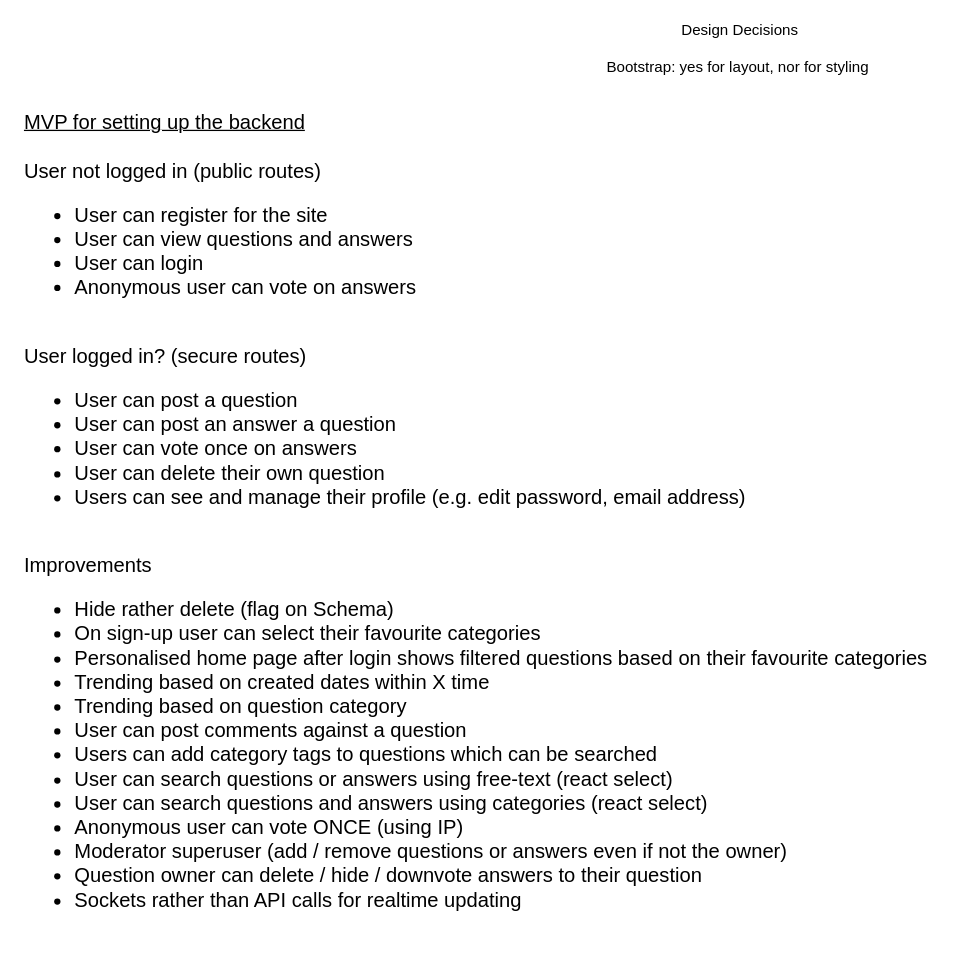
The draw.io diagram best/planning/user-stories.drawio in lovegroa/Project-3, before the edit. Source tidied: cells renumbered, new cells numbered last; positions are measured from the earlier drawing's top-left corner, leaving out a move shared by most shapes. Both pictures are drawn from the tidied source at 126%, with x=0, y=0 at pixel (21, 29).
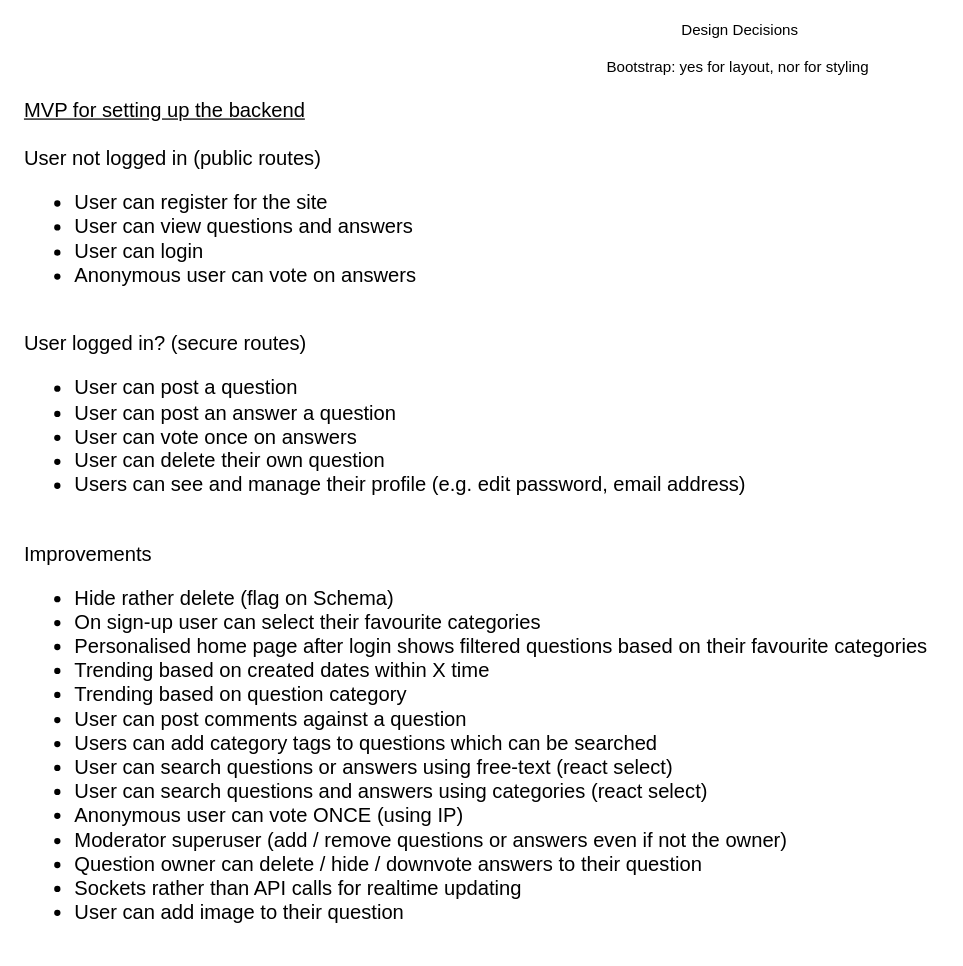
Above is the later version.

What changed in the source:
```diff
@@
 <mxGraphModel>
   <root>
     <mxCell id="0" />
     <mxCell id="1" parent="0" />
-    <mxCell id="2" value="&lt;div style=&quot;font-size: 16px&quot;&gt;&lt;font style=&quot;font-size: 16px&quot;&gt;&lt;u&gt;MVP for setting up the backend&lt;/u&gt;&lt;/font&gt;&lt;/div&gt;&lt;div style=&quot;font-size: 16px&quot;&gt;&lt;font style=&quot;font-size: 16px&quot;&gt;&lt;br&gt;&lt;/font&gt;&lt;/div&gt;&lt;div style=&quot;font-size: 16px&quot;&gt;&lt;font style=&quot;font-size: 16px&quot;&gt;User not logged in (public routes)&lt;/font&gt;&lt;/div&gt;&lt;ul style=&quot;font-size: 16px&quot;&gt;&lt;li&gt;&lt;font style=&quot;font-size: 16px&quot;&gt;User can register for the site&lt;/font&gt;&lt;/li&gt;&lt;li&gt;&lt;span&gt;&lt;font style=&quot;font-size: 16px&quot;&gt;User can view questions and answers&lt;/font&gt;&lt;/span&gt;&lt;/li&gt;&lt;li&gt;&lt;span&gt;&lt;font style=&quot;font-size: 16px&quot;&gt;User can login&lt;/font&gt;&lt;/span&gt;&lt;/li&gt;&lt;li&gt;&lt;span&gt;&lt;font style=&quot;font-size: 16px&quot;&gt;Anonymous user can vote on answers&lt;/font&gt;&lt;/span&gt;&lt;/li&gt;&lt;/ul&gt;&lt;div style=&quot;font-size: 16px&quot;&gt;&lt;font style=&quot;font-size: 16px&quot;&gt;&lt;br&gt;&lt;/font&gt;&lt;/div&gt;&lt;div style=&quot;font-size: 16px&quot;&gt;&lt;font style=&quot;font-size: 16px&quot;&gt;User logged in? (secure routes)&lt;/font&gt;&lt;/div&gt;&lt;ul style=&quot;font-size: 16px&quot;&gt;&lt;li&gt;&lt;font style=&quot;font-size: 16px&quot;&gt;User can post a question&lt;/font&gt;&lt;/li&gt;&lt;li&gt;&lt;font style=&quot;font-size: 16px&quot;&gt;User can post an answer a question&lt;/font&gt;&lt;/li&gt;&lt;li&gt;&lt;font style=&quot;font-size: 16px&quot;&gt;User can vote once on answers&lt;/font&gt;&lt;/li&gt;&lt;li&gt;&lt;font style=&quot;font-size: 16px&quot;&gt;User can delete their own question&lt;/font&gt;&lt;/li&gt;&lt;li&gt;&lt;font style=&quot;font-size: 16px&quot;&gt;Users can see and manage their profile (e.g. edit password, email address)&lt;/font&gt;&lt;/li&gt;&lt;/ul&gt;&lt;div style=&quot;font-size: 16px&quot;&gt;&lt;br&gt;&lt;/div&gt;&lt;div style=&quot;font-size: 16px&quot;&gt;&lt;font style=&quot;font-size: 16px&quot;&gt;Improvements&lt;/font&gt;&lt;/div&gt;&lt;div style=&quot;font-size: 16px&quot;&gt;&lt;ul&gt;&lt;li&gt;&lt;font style=&quot;font-size: 16px&quot;&gt;Hide rather delete (flag on Schema)&lt;/font&gt;&lt;/li&gt;&lt;li&gt;&lt;font style=&quot;font-size: 16px&quot;&gt;On sign-up user can select their favourite categories&lt;/font&gt;&lt;/li&gt;&lt;li&gt;Personalised home page after login shows filtered questions based on their favourite categories&lt;/li&gt;&lt;li&gt;&lt;font style=&quot;font-size: 16px&quot;&gt;Trending based on created dates within X time&lt;/font&gt;&lt;/li&gt;&lt;li&gt;&lt;font style=&quot;font-size: 16px&quot;&gt;Trending based on question category&lt;/font&gt;&lt;/li&gt;&lt;li&gt;&lt;font style=&quot;font-size: 16px&quot;&gt;User can post comments against a question&lt;/font&gt;&lt;/li&gt;&lt;li&gt;&lt;font style=&quot;font-size: 16px&quot;&gt;Users can add category tags to questions which can be searched&lt;/font&gt;&lt;/li&gt;&lt;li&gt;&lt;font style=&quot;font-size: 16px&quot;&gt;User can search questions or answers using free-text (react select)&lt;/font&gt;&lt;/li&gt;&lt;li&gt;&lt;font style=&quot;font-size: 16px&quot;&gt;User can search questions and answers using categories (react select)&lt;/font&gt;&lt;/li&gt;&lt;li&gt;Anonymous user can vote ONCE (using IP)&lt;/li&gt;&lt;li&gt;Moderator superuser (add / remove questions or answers even if not the owner)&lt;/li&gt;&lt;li&gt;Question owner can delete / hide / downvote answers to their question&lt;/li&gt;&lt;li&gt;Sockets rather than API calls for realtime updating&lt;/li&gt;&lt;/ul&gt;&lt;/div&gt;" style="text;html=1;align=left;verticalAlign=middle;fillColor=none;strokeColor=none;rounded=0;" parent="1" vertex="1">
+    <mxCell id="2" value="&lt;div style=&quot;font-size: 16px&quot;&gt;&lt;font style=&quot;font-size: 16px&quot;&gt;&lt;u&gt;MVP for setting up the backend&lt;/u&gt;&lt;/font&gt;&lt;/div&gt;&lt;div style=&quot;font-size: 16px&quot;&gt;&lt;font style=&quot;font-size: 16px&quot;&gt;&lt;br&gt;&lt;/font&gt;&lt;/div&gt;&lt;div style=&quot;font-size: 16px&quot;&gt;&lt;font style=&quot;font-size: 16px&quot;&gt;User not logged in (public routes)&lt;/font&gt;&lt;/div&gt;&lt;ul style=&quot;font-size: 16px&quot;&gt;&lt;li&gt;&lt;font style=&quot;font-size: 16px&quot;&gt;User can register for the site&lt;/font&gt;&lt;/li&gt;&lt;li&gt;&lt;span&gt;&lt;font style=&quot;font-size: 16px&quot;&gt;User can view questions and answers&lt;/font&gt;&lt;/span&gt;&lt;/li&gt;&lt;li&gt;&lt;span&gt;&lt;font style=&quot;font-size: 16px&quot;&gt;User can login&lt;/font&gt;&lt;/span&gt;&lt;/li&gt;&lt;li&gt;&lt;span&gt;&lt;font style=&quot;font-size: 16px&quot;&gt;Anonymous user can vote on answers&lt;/font&gt;&lt;/span&gt;&lt;/li&gt;&lt;/ul&gt;&lt;div style=&quot;font-size: 16px&quot;&gt;&lt;font style=&quot;font-size: 16px&quot;&gt;&lt;br&gt;&lt;/font&gt;&lt;/div&gt;&lt;div style=&quot;font-size: 16px&quot;&gt;&lt;font style=&quot;font-size: 16px&quot;&gt;User logged in? (secure routes)&lt;/font&gt;&lt;/div&gt;&lt;ul style=&quot;font-size: 16px&quot;&gt;&lt;li&gt;&lt;font style=&quot;font-size: 16px&quot;&gt;User can post a question&lt;/font&gt;&lt;/li&gt;&lt;li&gt;&lt;font style=&quot;font-size: 16px&quot;&gt;User can post an answer a question&lt;/font&gt;&lt;/li&gt;&lt;li&gt;&lt;font style=&quot;font-size: 16px&quot;&gt;User can vote once on answers&lt;/font&gt;&lt;/li&gt;&lt;li&gt;&lt;font style=&quot;font-size: 16px&quot;&gt;User can delete their own question&lt;/font&gt;&lt;/li&gt;&lt;li&gt;&lt;font style=&quot;font-size: 16px&quot;&gt;Users can see and manage their profile (e.g. edit password, email address)&lt;/font&gt;&lt;/li&gt;&lt;/ul&gt;&lt;div style=&quot;font-size: 16px&quot;&gt;&lt;br&gt;&lt;/div&gt;&lt;div style=&quot;font-size: 16px&quot;&gt;&lt;font style=&quot;font-size: 16px&quot;&gt;Improvements&lt;/font&gt;&lt;/div&gt;&lt;div style=&quot;font-size: 16px&quot;&gt;&lt;ul&gt;&lt;li&gt;&lt;font style=&quot;font-size: 16px&quot;&gt;Hide rather delete (flag on Schema)&lt;/font&gt;&lt;/li&gt;&lt;li&gt;&lt;font style=&quot;font-size: 16px&quot;&gt;On sign-up user can select their favourite categories&lt;/font&gt;&lt;/li&gt;&lt;li&gt;Personalised home page after login shows filtered questions based on their favourite categories&lt;/li&gt;&lt;li&gt;&lt;font style=&quot;font-size: 16px&quot;&gt;Trending based on created dates within X time&lt;/font&gt;&lt;/li&gt;&lt;li&gt;&lt;font style=&quot;font-size: 16px&quot;&gt;Trending based on question category&lt;/font&gt;&lt;/li&gt;&lt;li&gt;&lt;font style=&quot;font-size: 16px&quot;&gt;User can post comments against a question&lt;/font&gt;&lt;/li&gt;&lt;li&gt;&lt;font style=&quot;font-size: 16px&quot;&gt;Users can add category tags to questions which can be searched&lt;/font&gt;&lt;/li&gt;&lt;li&gt;&lt;font style=&quot;font-size: 16px&quot;&gt;User can search questions or answers using free-text (react select)&lt;/font&gt;&lt;/li&gt;&lt;li&gt;&lt;font style=&quot;font-size: 16px&quot;&gt;User can search questions and answers using categories (react select)&lt;/font&gt;&lt;/li&gt;&lt;li&gt;Anonymous user can vote ONCE (using IP)&lt;/li&gt;&lt;li&gt;Moderator superuser (add / remove questions or answers even if not the owner)&lt;/li&gt;&lt;li&gt;Question owner can delete / hide / downvote answers to their question&lt;/li&gt;&lt;li&gt;Sockets rather than API calls for realtime updating&lt;/li&gt;&lt;li&gt;User can add image to their question&lt;/li&gt;&lt;/ul&gt;&lt;/div&gt;" style="text;html=1;align=left;verticalAlign=middle;fillColor=none;strokeColor=none;rounded=0;" parent="1" vertex="1">
       <mxGeometry y="70" width="730" height="640" as="geometry" />
     </mxCell>
     <mxCell id="3" value="Design Decisions&lt;br&gt;&lt;br&gt;Bootstrap: yes for layout, nor for styling&amp;nbsp;" style="text;html=1;strokeColor=none;fillColor=none;align=center;verticalAlign=middle;whiteSpace=wrap;rounded=0;" parent="1" vertex="1">
       <mxGeometry x="410" width="320" height="30" as="geometry" />
     </mxCell>
   </root>
 </mxGraphModel>
```
